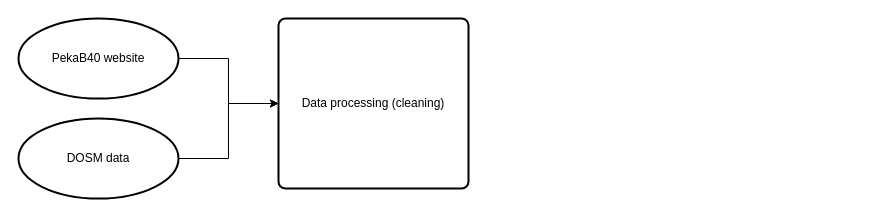
Earlier version of the draw.io diagram Diagram.drawio (aidasabreena/try). Source tidied: cells renumbered, new cells numbered last; positions are measured from the earlier drawing's top-left corner, leaving out a move shared by most shapes. Both pictures are drawn from the tidied source at 100%, with x=0, y=0 at pixel (18, 18).
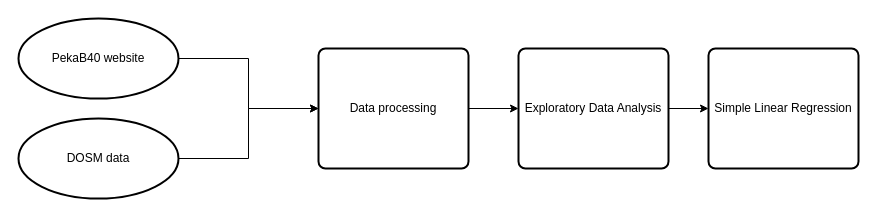
The same page after the edit.

Change to the diagram source:
```diff
@@
 <mxGraphModel>
   <root>
     <mxCell id="0" />
     <mxCell id="1" parent="0" />
     <mxCell id="2" style="edgeStyle=orthogonalEdgeStyle;rounded=0;jettySize=auto;html=1;" parent="1" edge="1" source="3" target="6">
       <mxGeometry relative="1" as="geometry" />
     </mxCell>
     <mxCell id="3" value="PekaB40 website" style="strokeWidth=2;html=1;shape=mxgraph.flowchart.start_1;whiteSpace=wrap;" parent="1" vertex="1">
       <mxGeometry width="160" height="80" as="geometry" />
     </mxCell>
     <mxCell id="4" style="edgeStyle=orthogonalEdgeStyle;rounded=0;jettySize=auto;html=1;" parent="1" edge="1" source="5" target="6">
       <mxGeometry relative="1" as="geometry" />
     </mxCell>
     <mxCell id="5" value="DOSM data" style="strokeWidth=2;html=1;shape=mxgraph.flowchart.start_1;whiteSpace=wrap;" parent="1" vertex="1">
       <mxGeometry y="100" width="160" height="80" as="geometry" />
     </mxCell>
+    <mxCell id="7" style="edgeStyle=orthogonalEdgeStyle;rounded=0;jettySize=auto;html=1;" parent="1" edge="1" source="6" target="9">
+      <mxGeometry relative="1" as="geometry" />
+    </mxCell>
-    <mxCell id="6" value="Data processing (cleaning)" style="rounded=1;whiteSpace=wrap;html=1;absoluteArcSize=1;arcSize=14;strokeWidth=2;" parent="1" vertex="1">
-      <mxGeometry x="260" width="190" height="170" as="geometry" />
+    <mxCell id="6" value="Data processing" style="rounded=1;whiteSpace=wrap;html=1;absoluteArcSize=1;arcSize=14;strokeWidth=2;" parent="1" vertex="1">
+      <mxGeometry x="300" y="30" width="150" height="120" as="geometry" />
     </mxCell>
+    <mxCell id="8" style="edgeStyle=orthogonalEdgeStyle;rounded=0;jettySize=auto;html=1;" parent="1" edge="1" source="9" target="10">
+      <mxGeometry relative="1" as="geometry" />
+    </mxCell>
+    <mxCell id="9" value="Exploratory Data Analysis" style="rounded=1;whiteSpace=wrap;html=1;absoluteArcSize=1;arcSize=14;strokeWidth=2;" parent="1" vertex="1">
+      <mxGeometry x="500" y="30" width="150" height="120" as="geometry" />
+    </mxCell>
+    <mxCell id="10" value="Simple Linear Regression" style="rounded=1;whiteSpace=wrap;html=1;absoluteArcSize=1;arcSize=14;strokeWidth=2;" parent="1" vertex="1">
+      <mxGeometry x="690" y="30" width="150" height="120" as="geometry" />
+    </mxCell>
   </root>
 </mxGraphModel>
```
